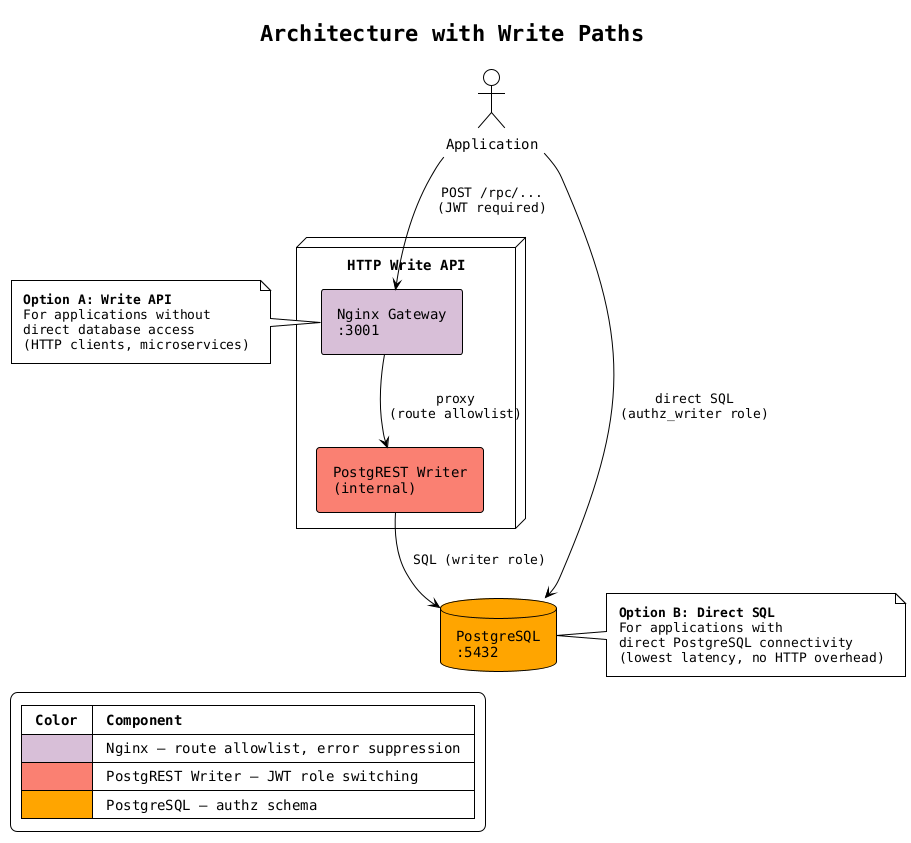
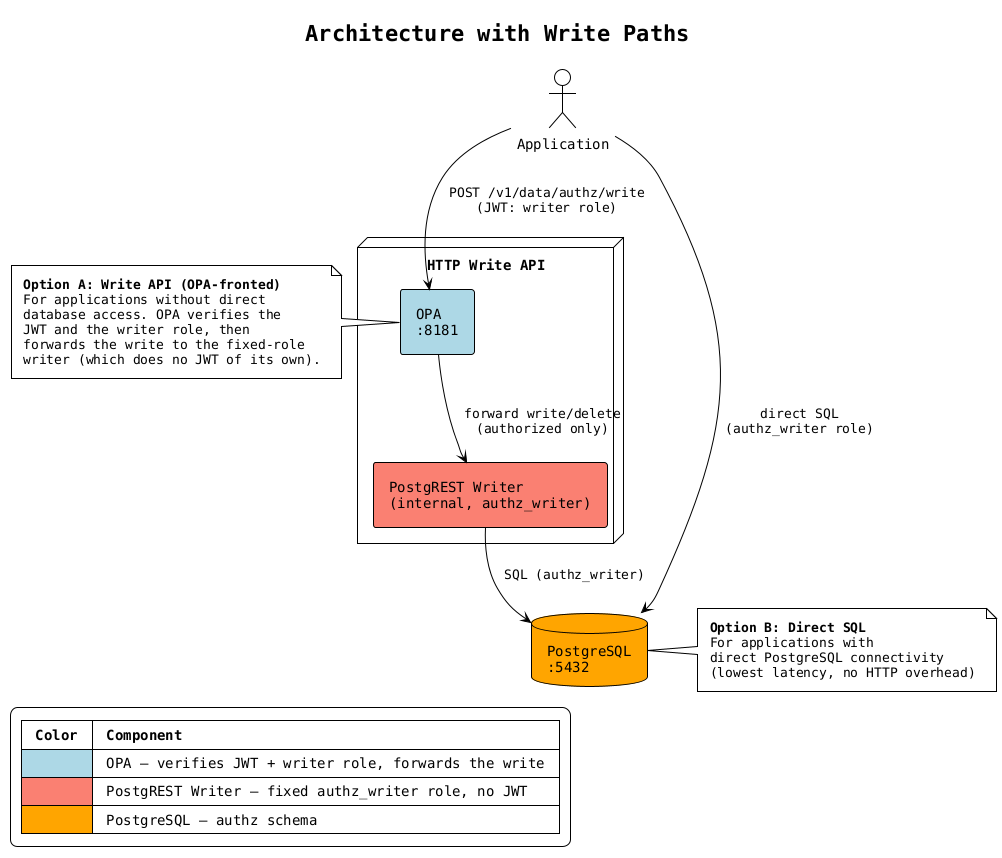
@startuml architecture-write-api

!theme plain
skinparam backgroundColor white
skinparam componentStyle rectangle
skinparam defaultFontName monospaced
skinparam nodesep 50
skinparam ranksep 40
skinparam padding 6

title Architecture with Write Paths

actor "Application" as app

note as N1
-   **Option A: Write API**
-   For applications without
-   direct database access
-   (HTTP clients, microservices)
+   **Option A: Write API (OPA-fronted)**
+   For applications without direct
+   database access. OPA verifies the
+   JWT and the writer role, then
+   forwards the write to the fixed-role
+   writer (which does no JWT of its own).
end note

node "HTTP Write API" as optA {
-     component "Nginx Gateway\n:3001" as gw #Thistle
-     component "PostgREST Writer\n(internal)" as pgrst #Salmon
+     component "OPA\n:8181" as opa #LightBlue
+     component "PostgREST Writer\n(internal, authz_writer)" as pgrst #Salmon
}

database "PostgreSQL\n:5432" as pg #Orange

- N1 -right-> gw
+ N1 -right-> opa

- app -down-> gw : "POST /rpc/...\n(JWT required)"
- gw -down-> pgrst : "proxy\n(route allowlist)"
- pgrst -down-> pg : "SQL (writer role)"
+ app -down-> opa : "POST /v1/data/authz/write\n(JWT: writer role)"
+ opa -down-> pgrst : "forward write/delete\n(authorized only)"
+ pgrst -down-> pg : "SQL (authz_writer)"

app -right-> pg : "direct SQL\n(authz_writer role)"

note right of pg
  **Option B: Direct SQL**
  For applications with
  direct PostgreSQL connectivity
  (lowest latency, no HTTP overhead)
end note

legend bottom left
  |= Color |= Component |
-   | <#Thistle> | Nginx — route allowlist, error suppression |
-   | <#Salmon> | PostgREST Writer — JWT role switching |
+   | <#LightBlue> | OPA — verifies JWT + writer role, forwards the write |
+   | <#Salmon> | PostgREST Writer — fixed authz_writer role, no JWT |
  | <#Orange> | PostgreSQL — authz schema |
end legend

@enduml
